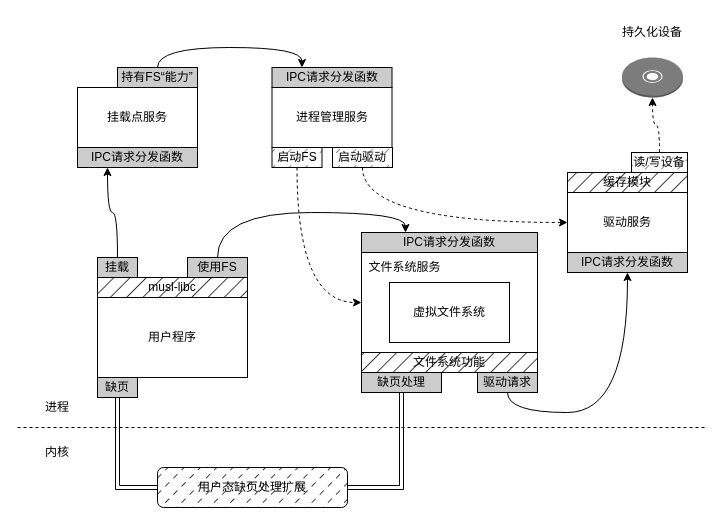
Above: vfs/chfs_architecture.drawio in ReimuYk/drawio_master_graduate_paper (draw.io), before the change. Source tidied: cells renumbered, new cells numbered last; positions are measured from the earlier drawing's top-left corner, leaving out a move shared by most shapes. Both pictures are drawn from the tidied source at 100%, with x=0, y=0 at pixel (17, 17).
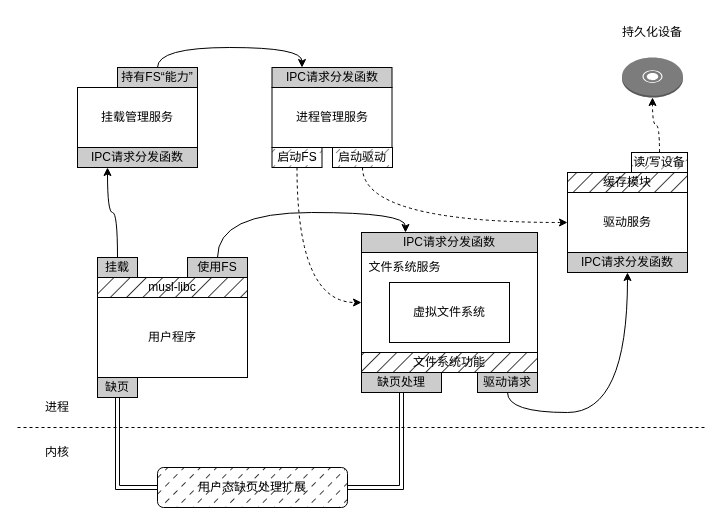
The same diagram, later.

Diff of the diagram source:
```diff
@@
-    <mxCell id="2" value="挂载点服务" style="rounded=0;whiteSpace=wrap;html=1;" parent="1" vertex="1">
+    <mxCell id="2" value="挂载管理服务" style="rounded=0;whiteSpace=wrap;html=1;" parent="1" vertex="1">
       <mxGeometry x="60" y="70" width="120" height="60" as="geometry" />
     </mxCell>
```
